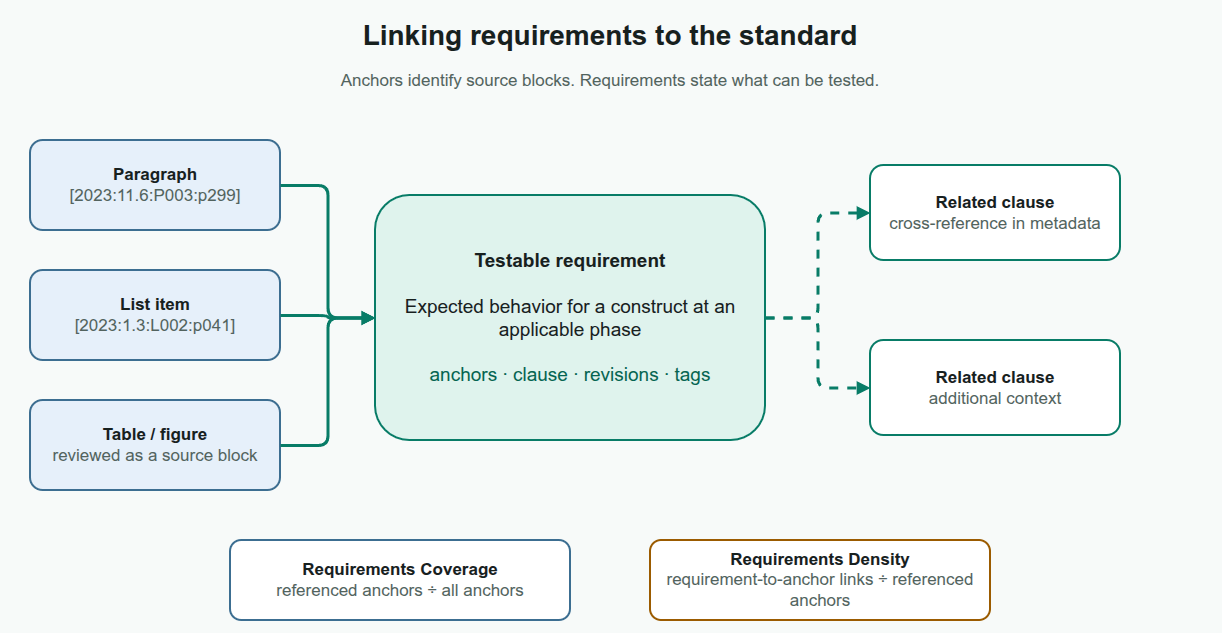
Before: docs/about/assets/traceable-requirements.drawio.png, a diagram exported from draw.io (kleverhq/svtorture). Source tidied: cells renumbered, new cells last; positions are measured from the earlier drawing's top-left corner, leaving out a move shared by most shapes.
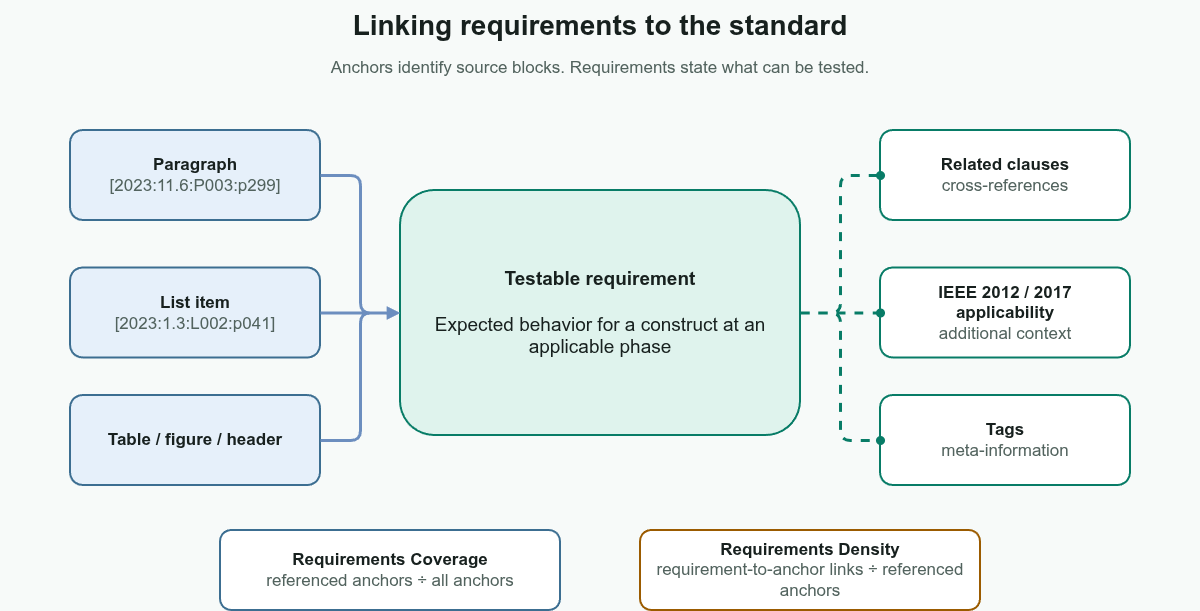
Later version of the same file.

What changed in the source:
```diff
@@ -2,50 +2,56 @@
   <root>
     <mxCell id="0" />
     <mxCell id="1" parent="0" />
+    <mxCell id="17" value="&lt;b&gt;Tags&lt;/b&gt;&lt;br&gt;&lt;font color=&quot;#52635E&quot;&gt;meta-information&lt;/font&gt;" style="rounded=1;whiteSpace=wrap;html=1;arcSize=14;fillColor=#FFFFFF;strokeColor=#087C67;strokeWidth=2;fontColor=#17201E;fontSize=17;fontStyle=0;align=center;verticalAlign=middle;spacing=10;" parent="1" vertex="1">
+      <mxGeometry x="880" y="390" width="250" height="90" as="geometry" />
+    </mxCell>
     <mxCell id="2" value="Linking requirements to the standard" style="rounded=1;whiteSpace=wrap;html=1;arcSize=14;fillColor=none;strokeColor=none;strokeWidth=2;fontColor=#17201E;fontSize=28;fontStyle=1;align=center;verticalAlign=middle;spacing=10;rounded=0;spacing=0;verticalAlign=middle;" parent="1" vertex="1">
-      <mxGeometry width="1200" height="50" as="geometry" />
+      <mxGeometry y="-5" width="1200" height="50" as="geometry" />
     </mxCell>
     <mxCell id="3" value="Anchors identify source blocks. Requirements state what can be tested." style="rounded=1;whiteSpace=wrap;html=1;arcSize=14;fillColor=none;strokeColor=none;strokeWidth=2;fontColor=#52635E;fontSize=17;fontStyle=0;align=center;verticalAlign=middle;spacing=10;rounded=0;spacing=0;verticalAlign=middle;" parent="1" vertex="1">
-      <mxGeometry x="60" y="53" width="1080" height="35" as="geometry" />
+      <mxGeometry x="60" y="45" width="1080" height="35" as="geometry" />
     </mxCell>
     <mxCell id="4" value="&lt;b&gt;Paragraph&lt;/b&gt;&lt;br&gt;&lt;font color=&quot;#52635E&quot;&gt;[2023:11.6:P003:p299]&lt;/font&gt;" style="rounded=1;whiteSpace=wrap;html=1;arcSize=14;fillColor=#E6F0FA;strokeColor=#3C6E91;strokeWidth=2;fontColor=#17201E;fontSize=17;fontStyle=0;align=center;verticalAlign=middle;spacing=10;" parent="1" vertex="1">
-      <mxGeometry x="20" y="130" width="250" height="90" as="geometry" />
+      <mxGeometry x="70" y="125" width="250" height="90" as="geometry" />
     </mxCell>
     <mxCell id="5" value="&lt;b&gt;List item&lt;/b&gt;&lt;br&gt;&lt;font color=&quot;#52635E&quot;&gt;[2023:1.3:L002:p041]&lt;/font&gt;" style="rounded=1;whiteSpace=wrap;html=1;arcSize=14;fillColor=#E6F0FA;strokeColor=#3C6E91;strokeWidth=2;fontColor=#17201E;fontSize=17;fontStyle=0;align=center;verticalAlign=middle;spacing=10;" parent="1" vertex="1">
-      <mxGeometry x="20" y="260" width="250" height="90" as="geometry" />
+      <mxGeometry x="70" y="262.5" width="250" height="90" as="geometry" />
     </mxCell>
-    <mxCell id="6" value="&lt;b&gt;Table / figure&lt;/b&gt;&lt;br&gt;&lt;font color=&quot;#52635E&quot;&gt;reviewed as a source block&lt;/font&gt;" style="rounded=1;whiteSpace=wrap;html=1;arcSize=14;fillColor=#E6F0FA;strokeColor=#3C6E91;strokeWidth=2;fontColor=#17201E;fontSize=17;fontStyle=0;align=center;verticalAlign=middle;spacing=10;" parent="1" vertex="1">
-      <mxGeometry x="20" y="390" width="250" height="90" as="geometry" />
+    <mxCell id="6" value="&lt;b&gt;Table / figure / header&lt;/b&gt;" style="rounded=1;whiteSpace=wrap;html=1;arcSize=14;fillColor=#E6F0FA;strokeColor=#3C6E91;strokeWidth=2;fontColor=#17201E;fontSize=17;fontStyle=0;align=center;verticalAlign=middle;spacing=10;" parent="1" vertex="1">
+      <mxGeometry x="70" y="390" width="250" height="90" as="geometry" />
     </mxCell>
+    <mxCell id="18" style="edgeStyle=orthogonalEdgeStyle;rounded=1;jettySize=auto;html=1;exitX=1;exitY=0.5;exitDx=0;exitDy=0;entryX=0;entryY=0.5;entryDx=0;entryDy=0;dashed=1;strokeColor=#087C67;strokeWidth=3;align=center;verticalAlign=middle;fontFamily=Helvetica;fontSize=11;fontColor=default;labelBackgroundColor=default;endArrow=oval;endFill=1;" parent="1" edge="1" source="7" target="17">
+      <mxGeometry relative="1" as="geometry" />
+    </mxCell>
-    <mxCell id="7" value="&lt;b&gt;Testable requirement&lt;/b&gt;&lt;br&gt;&lt;br&gt;Expected behavior for a construct at an applicable phase&lt;br&gt;&lt;br&gt;&lt;font color=&quot;#056451&quot;&gt;anchors · clause · revisions · tags&lt;/font&gt;" style="rounded=1;whiteSpace=wrap;html=1;arcSize=14;fillColor=#DFF3ED;strokeColor=#087C67;strokeWidth=2;fontColor=#17201E;fontSize=19;fontStyle=0;align=center;verticalAlign=middle;spacing=10;" parent="1" vertex="1">
-      <mxGeometry x="365" y="185" width="390" height="245" as="geometry" />
+    <mxCell id="7" value="&lt;b&gt;Testable requirement&lt;/b&gt;&lt;br&gt;&lt;br&gt;Expected behavior for a construct at an applicable phase" style="rounded=1;whiteSpace=wrap;html=1;arcSize=14;fillColor=#DFF3ED;strokeColor=#087C67;strokeWidth=2;fontColor=#17201E;fontSize=19;fontStyle=0;align=center;verticalAlign=middle;spacing=10;" parent="1" vertex="1">
+      <mxGeometry x="400" y="185" width="400" height="245" as="geometry" />
     </mxCell>
-    <mxCell id="8" value="&lt;b&gt;Related clause&lt;/b&gt;&lt;br&gt;&lt;font color=&quot;#52635E&quot;&gt;cross-reference in metadata&lt;/font&gt;" style="rounded=1;whiteSpace=wrap;html=1;arcSize=14;fillColor=#FFFFFF;strokeColor=#087C67;strokeWidth=2;fontColor=#17201E;fontSize=17;fontStyle=0;align=center;verticalAlign=middle;spacing=10;" parent="1" vertex="1">
-      <mxGeometry x="860" y="155" width="250" height="95" as="geometry" />
+    <mxCell id="8" value="&lt;b&gt;Related clauses&lt;/b&gt;&lt;br&gt;&lt;font color=&quot;#52635E&quot;&gt;cross-references&lt;/font&gt;" style="rounded=1;whiteSpace=wrap;html=1;arcSize=14;fillColor=#FFFFFF;strokeColor=#087C67;strokeWidth=2;fontColor=#17201E;fontSize=17;fontStyle=0;align=center;verticalAlign=middle;spacing=10;" parent="1" vertex="1">
+      <mxGeometry x="880" y="125" width="250" height="90" as="geometry" />
     </mxCell>
-    <mxCell id="9" value="&lt;b&gt;Related clause&lt;/b&gt;&lt;br&gt;&lt;font color=&quot;#52635E&quot;&gt;additional context&lt;/font&gt;" style="rounded=1;whiteSpace=wrap;html=1;arcSize=14;fillColor=#FFFFFF;strokeColor=#087C67;strokeWidth=2;fontColor=#17201E;fontSize=17;fontStyle=0;align=center;verticalAlign=middle;spacing=10;" parent="1" vertex="1">
-      <mxGeometry x="860" y="330" width="250" height="95" as="geometry" />
+    <mxCell id="9" value="&lt;b&gt;IEEE 2012 / 2017 applicability&lt;/b&gt;&lt;br&gt;&lt;font color=&quot;#52635E&quot;&gt;additional context&lt;/font&gt;" style="rounded=1;whiteSpace=wrap;html=1;arcSize=14;fillColor=#FFFFFF;strokeColor=#087C67;strokeWidth=2;fontColor=#17201E;fontSize=17;fontStyle=0;align=center;verticalAlign=middle;spacing=10;" parent="1" vertex="1">
+      <mxGeometry x="880" y="262.5" width="250" height="90" as="geometry" />
     </mxCell>
-    <mxCell id="10" style="edgeStyle=orthogonalEdgeStyle;rounded=1;jettySize=auto;html=1;strokeColor=#087C67;strokeWidth=3;endArrow=block;endFill=1;exitX=1;exitY=0.5;entryX=0;entryY=0.5;dashed=0;" parent="1" edge="1" source="4" target="7">
+    <mxCell id="10" style="edgeStyle=orthogonalEdgeStyle;rounded=1;jettySize=auto;html=1;strokeColor=#6c8ebf;strokeWidth=3;endArrow=block;endFill=1;exitX=1;exitY=0.5;entryX=0;entryY=0.5;dashed=0;fillColor=#dae8fc;" parent="1" edge="1" source="4" target="7">
       <mxGeometry relative="1" as="geometry" />
     </mxCell>
-    <mxCell id="11" style="edgeStyle=orthogonalEdgeStyle;rounded=1;jettySize=auto;html=1;strokeColor=#087C67;strokeWidth=3;endArrow=block;endFill=1;exitX=1;exitY=0.5;entryX=0;entryY=0.5;dashed=0;" parent="1" edge="1" source="5" target="7">
+    <mxCell id="11" style="edgeStyle=orthogonalEdgeStyle;rounded=1;jettySize=auto;html=1;strokeColor=#6c8ebf;strokeWidth=3;endArrow=block;endFill=1;exitX=1;exitY=0.5;entryX=0;entryY=0.5;dashed=0;fillColor=#dae8fc;" parent="1" edge="1" source="5" target="7">
       <mxGeometry relative="1" as="geometry" />
     </mxCell>
-    <mxCell id="12" style="edgeStyle=orthogonalEdgeStyle;rounded=1;jettySize=auto;html=1;strokeColor=#087C67;strokeWidth=3;endArrow=block;endFill=1;exitX=1;exitY=0.5;entryX=0;entryY=0.5;dashed=0;" parent="1" edge="1" source="6" target="7">
+    <mxCell id="12" style="edgeStyle=orthogonalEdgeStyle;rounded=1;jettySize=auto;html=1;strokeColor=#6c8ebf;strokeWidth=3;endArrow=block;endFill=1;exitX=1;exitY=0.5;entryX=0;entryY=0.5;dashed=0;fillColor=#dae8fc;" parent="1" edge="1" source="6" target="7">
       <mxGeometry relative="1" as="geometry" />
     </mxCell>
-    <mxCell id="13" style="edgeStyle=orthogonalEdgeStyle;rounded=1;jettySize=auto;html=1;strokeColor=#087C67;strokeWidth=3;endArrow=block;endFill=1;exitX=1;exitY=0.5;entryX=0;entryY=0.5;dashed=1;" parent="1" edge="1" source="7" target="8">
+    <mxCell id="13" style="edgeStyle=orthogonalEdgeStyle;rounded=1;jettySize=auto;html=1;strokeColor=#087C67;strokeWidth=3;endArrow=oval;endFill=1;exitX=1;exitY=0.5;entryX=0;entryY=0.5;dashed=1;" parent="1" edge="1" source="7" target="8">
       <mxGeometry relative="1" as="geometry" />
     </mxCell>
-    <mxCell id="14" style="edgeStyle=orthogonalEdgeStyle;rounded=1;jettySize=auto;html=1;strokeColor=#087C67;strokeWidth=3;endArrow=block;endFill=1;exitX=1;exitY=0.5;entryX=0;entryY=0.5;dashed=1;" parent="1" edge="1" source="7" target="9">
+    <mxCell id="14" style="edgeStyle=orthogonalEdgeStyle;rounded=1;jettySize=auto;html=1;strokeColor=#087C67;strokeWidth=3;endArrow=oval;endFill=1;exitX=1;exitY=0.5;entryX=0;entryY=0.5;dashed=1;" parent="1" edge="1" source="7" target="9">
       <mxGeometry relative="1" as="geometry" />
     </mxCell>
     <mxCell id="15" value="&lt;b&gt;Requirements Coverage&lt;/b&gt;&lt;br&gt;&lt;font color=&quot;#52635E&quot;&gt;referenced anchors ÷ all anchors&lt;/font&gt;" style="rounded=1;whiteSpace=wrap;html=1;arcSize=14;fillColor=#FFFFFF;strokeColor=#3C6E91;strokeWidth=2;fontColor=#17201E;fontSize=17;fontStyle=0;align=center;verticalAlign=middle;spacing=10;" parent="1" vertex="1">
-      <mxGeometry x="220" y="530" width="340" height="80" as="geometry" />
+      <mxGeometry x="220" y="525" width="340" height="80" as="geometry" />
     </mxCell>
     <mxCell id="16" value="&lt;b&gt;Requirements Density&lt;/b&gt;&lt;br&gt;&lt;font color=&quot;#52635E&quot;&gt;requirement-to-anchor links ÷ referenced anchors&lt;/font&gt;" style="rounded=1;whiteSpace=wrap;html=1;arcSize=14;fillColor=#FFFFFF;strokeColor=#9B5B00;strokeWidth=2;fontColor=#17201E;fontSize=17;fontStyle=0;align=center;verticalAlign=middle;spacing=10;" parent="1" vertex="1">
-      <mxGeometry x="640" y="530" width="340" height="80" as="geometry" />
+      <mxGeometry x="640" y="525" width="340" height="80" as="geometry" />
     </mxCell>
   </root>
 </mxGraphModel>
```
